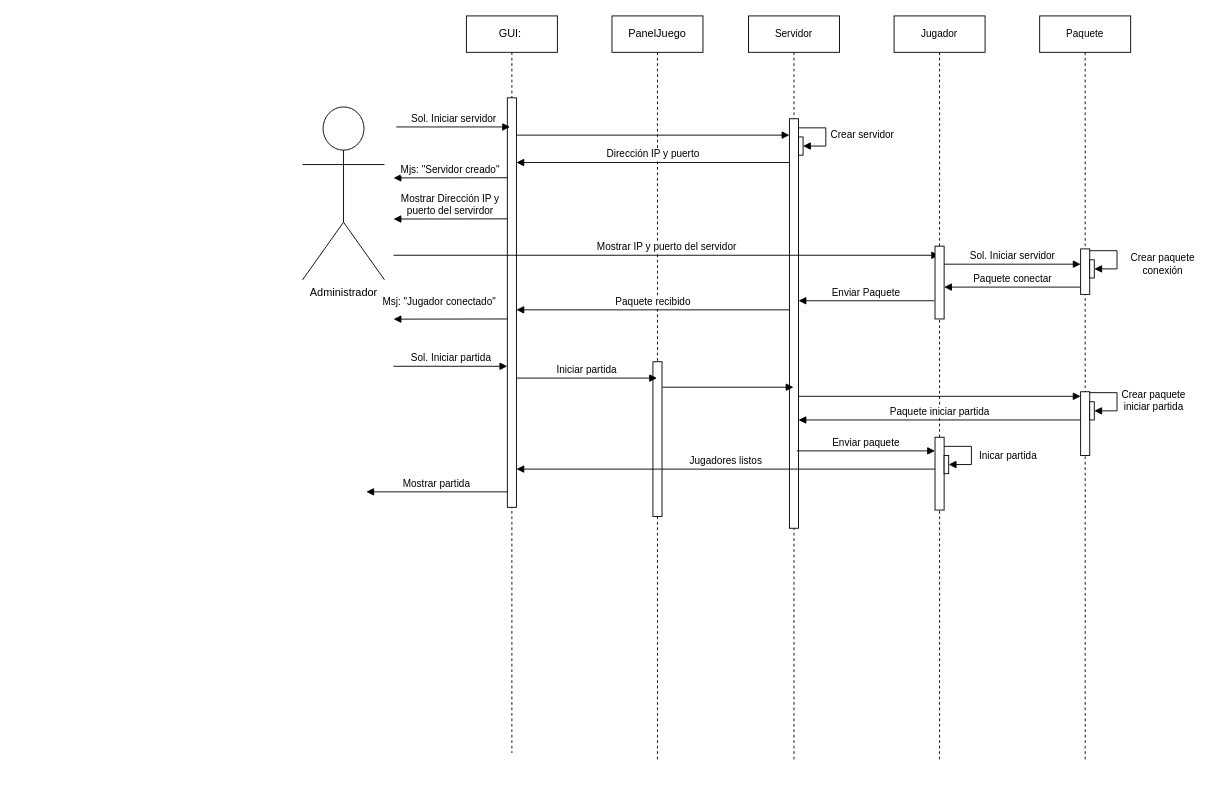
Carlos19men/EcoCrossing keeps this draw.io diagram as page "Crear Partida / Iniciar Partida - Secuencia" (4 of 7) of UML/Diagramas de secuencias/Diagrama de Secuencias.drawio. Above is the earlier version. Source tidied: cells renumbered, new cells numbered last; positions are measured from the earlier drawing's top-left corner, leaving out a move shared by most shapes. Both pictures are drawn from the tidied source at 91%, with x=0, y=0 at pixel (302, 15).
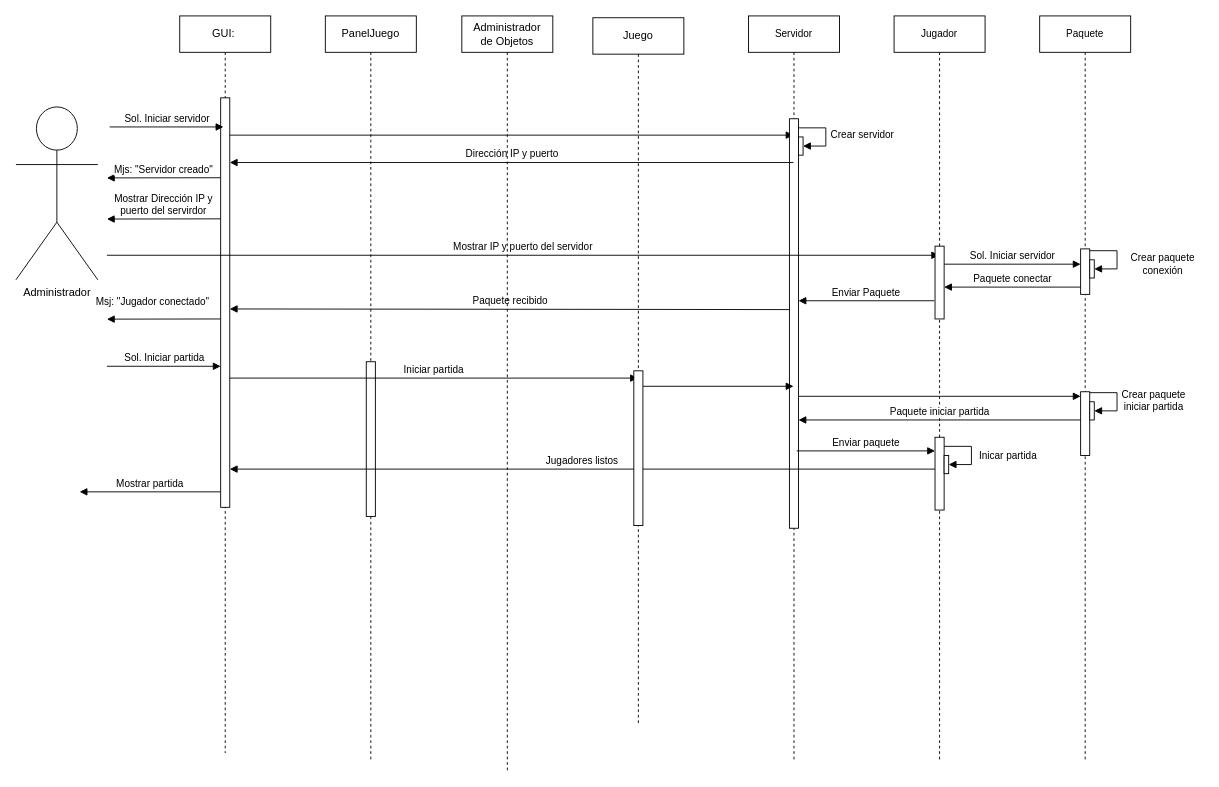
After the change.

Unchanged cells that the change refers to:
```xml
<mxCell id="15" value="Servidor" style="shape=umlLifeline;perimeter=lifelinePerimeter;whiteSpace=wrap;html=1;outlineConnect=0;fontSize=11;" parent="1" vertex="1">
  <mxGeometry x="490" width="100" height="820" as="geometry" />
</mxCell>
<mxCell id="16" style="html=1;points=[];perimeter=orthogonalPerimeter;fontSize=11;" parent="15" vertex="1">
  <mxGeometry x="45" y="113" width="10" height="450" as="geometry" />
</mxCell>
```

The edit, as a diff of the source:
```diff
@@
     <mxCell id="2" value="Administrador" style="shape=umlActor;verticalLabelPosition=bottom;verticalAlign=top;html=1;" parent="1" vertex="1">
-      <mxGeometry y="100" width="90" height="190" as="geometry" />
+      <mxGeometry x="-315" y="100" width="90" height="190" as="geometry" />
     </mxCell>
     <mxCell id="3" value="PanelJuego" style="shape=umlLifeline;perimeter=lifelinePerimeter;whiteSpace=wrap;html=1;" parent="1" vertex="1">
-      <mxGeometry x="340" width="100" height="820" as="geometry" />
+      <mxGeometry x="25" width="100" height="820" as="geometry" />
     </mxCell>
@@
     <mxCell id="5" value="GUI:&amp;nbsp;" style="shape=umlLifeline;perimeter=lifelinePerimeter;whiteSpace=wrap;html=1;" parent="1" vertex="1">
-      <mxGeometry x="180" width="100" height="810" as="geometry" />
+      <mxGeometry x="-135" width="100" height="810" as="geometry" />
     </mxCell>
@@
-    <mxCell id="8" style="html=1;verticalAlign=bottom;endArrow=block;rounded=0;fontSize=11;" parent="5" edge="1">
+    <mxCell id="8" style="html=1;verticalAlign=bottom;endArrow=block;rounded=0;fontSize=11;" parent="5" edge="1" target="15">
       <mxGeometry relative="1" as="geometry">
         <mxPoint x="55" y="131" as="sourcePoint" />
-        <mxPoint x="355" y="131" as="targetPoint" />
       </mxGeometry>
     </mxCell>
@@
-    <mxCell id="13" value="Iniciar partida" style="html=1;verticalAlign=bottom;endArrow=block;rounded=0;fontSize=11;" parent="5" edge="1">
+    <mxCell id="13" value="Iniciar partida" style="html=1;verticalAlign=bottom;endArrow=block;rounded=0;fontSize=11;" parent="5" edge="1" target="47">
       <mxGeometry relative="1" as="geometry">
         <mxPoint x="55" y="398" as="sourcePoint" />
-        <mxPoint x="209.5" y="398" as="targetPoint" />
       </mxGeometry>
     </mxCell>
@@
     <mxCell id="19" value="Mostrar IP y puerto del servidor" style="html=1;verticalAlign=bottom;endArrow=block;rounded=0;fontSize=11;" parent="15" edge="1">
       <mxGeometry relative="1" as="geometry">
-        <mxPoint x="-390" y="263" as="sourcePoint" />
+        <mxPoint x="-705" y="263" as="sourcePoint" />
         <mxPoint x="209.5" y="263" as="targetPoint" />
       </mxGeometry>
     </mxCell>
-    <mxCell id="20" style="html=1;verticalAlign=bottom;endArrow=block;rounded=0;fontSize=11;" parent="15" edge="1">
+    <mxCell id="20" style="html=1;verticalAlign=bottom;endArrow=block;rounded=0;fontSize=11;" parent="15" edge="1" source="48">
       <mxGeometry relative="1" as="geometry">
-        <mxPoint x="-94.5" y="408" as="sourcePoint" />
-        <mxPoint x="49.5" y="408" as="targetPoint" />
+        <mxPoint x="49.5" y="407" as="targetPoint" />
       </mxGeometry>
     </mxCell>
@@
-    <mxCell id="29" value="Dirección IP y puerto" style="html=1;verticalAlign=bottom;endArrow=block;rounded=0;fontSize=11;exitX=0.031;exitY=0.401;exitDx=0;exitDy=0;exitPerimeter=0;" parent="1" edge="1">
+    <mxCell id="29" value="Dirección IP y puerto" style="html=1;verticalAlign=bottom;endArrow=block;rounded=0;fontSize=11;" parent="1" edge="1" source="15">
       <mxGeometry relative="1" as="geometry">
-        <mxPoint x="535.3" y="161.1" as="sourcePoint" />
-        <mxPoint x="235" y="161.1" as="targetPoint" />
+        <mxPoint x="-80" y="161.1" as="targetPoint" />
       </mxGeometry>
     </mxCell>
@@
-    <mxCell id="42" value="Paquete recibido" style="html=1;verticalAlign=bottom;endArrow=block;rounded=0;fontSize=11;" parent="1" edge="1">
+    <mxCell id="42" value="Paquete recibido" style="html=1;verticalAlign=bottom;endArrow=block;rounded=0;fontSize=11;exitX=-0.033;exitY=0.466;exitDx=0;exitDy=0;exitPerimeter=0;" parent="1" edge="1" source="16">
       <mxGeometry relative="1" as="geometry">
-        <mxPoint x="535" y="323" as="sourcePoint" />
-        <mxPoint x="235" y="323" as="targetPoint" />
+        <mxPoint x="-80" y="322" as="targetPoint" />
       </mxGeometry>
     </mxCell>
@@
+    <mxCell id="46" value="Administrador&lt;br&gt;de Objetos" style="shape=umlLifeline;perimeter=lifelinePerimeter;whiteSpace=wrap;html=1;" parent="1" vertex="1">
+      <mxGeometry x="175" width="100" height="830" as="geometry" />
+    </mxCell>
+    <mxCell id="47" value="Juego" style="shape=umlLifeline;perimeter=lifelinePerimeter;whiteSpace=wrap;html=1;outlineConnect=0;" parent="1" vertex="1">
+      <mxGeometry x="319" y="2" width="100" height="778" as="geometry" />
+    </mxCell>
+    <mxCell id="48" style="html=1;points=[];perimeter=orthogonalPerimeter;" parent="47" vertex="1">
+      <mxGeometry x="45" y="388" width="10" height="170" as="geometry" />
+    </mxCell>
```
